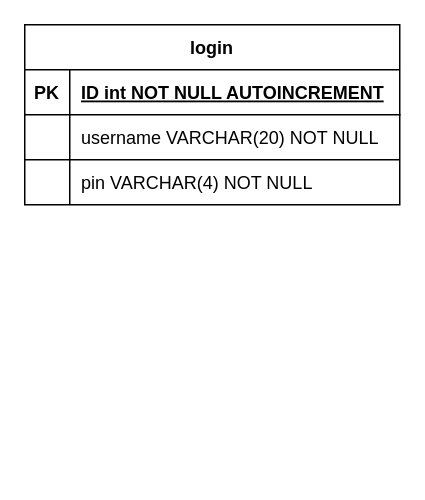
Above: Diagrams/1 - Draw.io/database.drawio in joaomiguelpassos/CSLAB (draw.io), before the change. Source tidied: cells renumbered, new cells numbered last; positions are measured from the earlier drawing's top-left corner, leaving out a move shared by most shapes. Both pictures are drawn from the tidied source at 150%, with x=0, y=0 at pixel (24, 24).
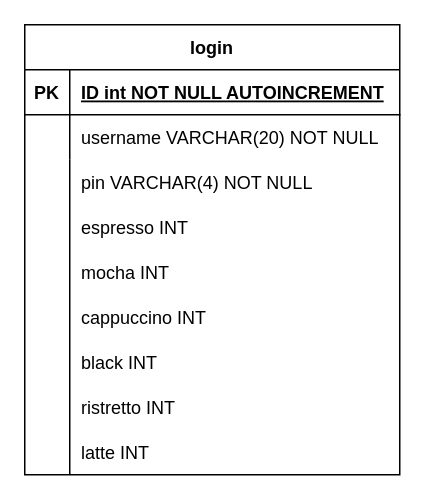
The same page after the edit.

The edit, as a diff of the source:
```diff
@@
 <mxGraphModel>
   <root>
     <mxCell id="0" />
     <mxCell id="1" parent="0" />
     <mxCell id="2" value="login" style="shape=table;startSize=30;childLayout=tableLayout;rowLines=0;fontStyle=1;align=center;" parent="1" vertex="1">
-      <mxGeometry width="250" height="120" as="geometry" />
+      <mxGeometry width="250" height="300" as="geometry" />
     </mxCell>
     <mxCell id="3" style="shape=partialRectangle;fillColor=none;top=0;left=0;right=0;bottom=1;" parent="2" vertex="1">
       <mxGeometry y="30" width="250" height="30" as="geometry" />
     </mxCell>
     <mxCell id="4" value="PK" style="shape=partialRectangle;overflow=hidden;fillColor=none;top=0;left=0;bottom=0;right=0;fontStyle=1;" parent="3" vertex="1">
       <mxGeometry width="30" height="30" as="geometry" />
     </mxCell>
     <mxCell id="5" value="ID int NOT NULL AUTOINCREMENT" style="shape=partialRectangle;overflow=hidden;fillColor=none;top=0;left=0;bottom=0;right=0;align=left;spacingLeft=6;fontStyle=5;" parent="3" vertex="1">
       <mxGeometry x="30" width="220" height="30" as="geometry" />
     </mxCell>
     <mxCell id="6" style="shape=partialRectangle;fillColor=none;top=0;left=0;right=0;bottom=0;" parent="2" vertex="1">
       <mxGeometry y="60" width="250" height="30" as="geometry" />
     </mxCell>
     <mxCell id="7" style="shape=partialRectangle;overflow=hidden;fillColor=none;top=0;left=0;bottom=0;right=0;" parent="6" vertex="1">
       <mxGeometry width="30" height="30" as="geometry" />
     </mxCell>
     <mxCell id="8" value="username VARCHAR(20) NOT NULL" style="shape=partialRectangle;overflow=hidden;fillColor=none;top=0;left=0;bottom=0;right=0;align=left;spacingLeft=6;" parent="6" vertex="1">
       <mxGeometry x="30" width="220" height="30" as="geometry" />
     </mxCell>
     <mxCell id="9" value="pin VARCHAR(4) NOT NULL" style="shape=partialRectangle;overflow=hidden;fillColor=none;top=0;left=0;bottom=0;right=0;align=left;spacingLeft=6;" parent="1" vertex="1">
       <mxGeometry x="30" y="90" width="220" height="30" as="geometry" />
     </mxCell>
-    <mxCell id="10" style="endArrow=none;html=1;rounded=0;exitX=0;exitY=0.75;exitDx=0;exitDy=0;" parent="1" edge="1" source="2">
-      <mxGeometry relative="1" as="geometry">
-        <mxPoint x="250" y="90" as="targetPoint" />
-      </mxGeometry>
-    </mxCell>
     <mxCell id="11" style="endArrow=none;html=1;rounded=0;" parent="1" edge="1">
       <mxGeometry relative="1" as="geometry">
-        <mxPoint x="30" y="120" as="sourcePoint" />
+        <mxPoint x="30" y="300" as="sourcePoint" />
         <mxPoint x="30" y="90" as="targetPoint" />
       </mxGeometry>
     </mxCell>
+    <mxCell id="12" value="espresso INT" style="shape=partialRectangle;overflow=hidden;fillColor=none;top=0;left=0;bottom=0;right=0;align=left;spacingLeft=6;" parent="1" vertex="1">
+      <mxGeometry x="30" y="120" width="220" height="30" as="geometry" />
+    </mxCell>
+    <mxCell id="13" value="mocha INT" style="shape=partialRectangle;overflow=hidden;fillColor=none;top=0;left=0;bottom=0;right=0;align=left;spacingLeft=6;" parent="1" vertex="1">
+      <mxGeometry x="30" y="150" width="220" height="30" as="geometry" />
+    </mxCell>
+    <mxCell id="14" value="cappuccino INT" style="shape=partialRectangle;overflow=hidden;fillColor=none;top=0;left=0;bottom=0;right=0;align=left;spacingLeft=6;" parent="1" vertex="1">
+      <mxGeometry x="30" y="180" width="220" height="30" as="geometry" />
+    </mxCell>
+    <mxCell id="15" value="black INT" style="shape=partialRectangle;overflow=hidden;fillColor=none;top=0;left=0;bottom=0;right=0;align=left;spacingLeft=6;" parent="1" vertex="1">
+      <mxGeometry x="30" y="210" width="220" height="30" as="geometry" />
+    </mxCell>
+    <mxCell id="16" value="ristretto INT" style="shape=partialRectangle;overflow=hidden;fillColor=none;top=0;left=0;bottom=0;right=0;align=left;spacingLeft=6;" parent="1" vertex="1">
+      <mxGeometry x="30" y="240" width="220" height="30" as="geometry" />
+    </mxCell>
+    <mxCell id="17" value="latte INT" style="shape=partialRectangle;overflow=hidden;fillColor=none;top=0;left=0;bottom=0;right=0;align=left;spacingLeft=6;" parent="1" vertex="1">
+      <mxGeometry x="30" y="270" width="220" height="30" as="geometry" />
+    </mxCell>
   </root>
 </mxGraphModel>
```
